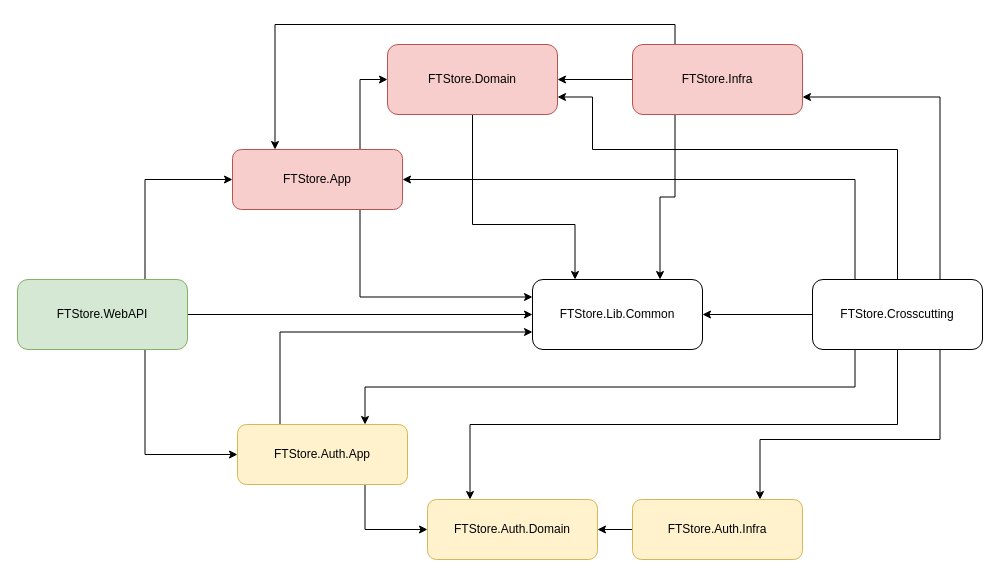
The draw.io diagram FTStore dependency Diagram.drawio in ftathiago/FTStore, before the edit. Source tidied: cells renumbered, new cells numbered last; positions are measured from the earlier drawing's top-left corner, leaving out a move shared by most shapes. Both pictures are drawn from the tidied source at 100%, with x=0, y=0 at pixel (17, 44).
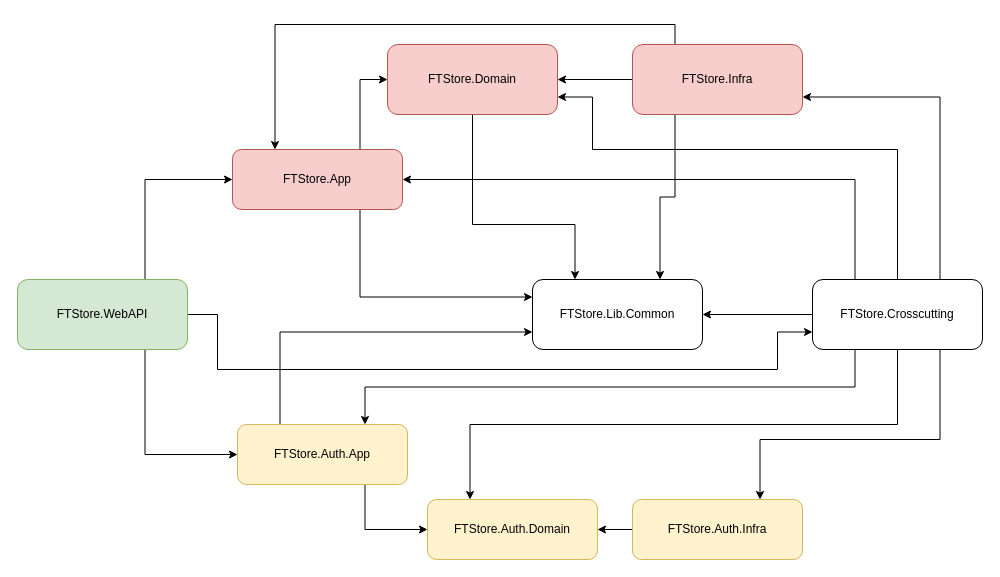
Above is the later version.

Commit message:
Correct dependency of FTStore.WebAPI to crosscutting

Unchanged cells that the change refers to:
```xml
<mxCell id="5" value="FTStore.WebAPI" style="rounded=1;whiteSpace=wrap;html=1;fillColor=#d5e8d4;strokeColor=#82b366;fontColor=#000000;" parent="1" vertex="1">
  <mxGeometry y="235" width="170" height="70" as="geometry" />
</mxCell>
<mxCell id="9" value="FTStore.Lib.Common" style="rounded=1;whiteSpace=wrap;html=1;" parent="1" vertex="1">
  <mxGeometry x="515" y="235" width="170" height="70" as="geometry" />
</mxCell>
<mxCell id="19" value="FTStore.Crosscutting" style="rounded=1;whiteSpace=wrap;html=1;" parent="1" vertex="1">
  <mxGeometry x="795" y="235" width="170" height="70" as="geometry" />
</mxCell>
```

What changed in the source:
```diff
@@
-    <mxCell id="3" style="edgeStyle=orthogonalEdgeStyle;rounded=0;jettySize=auto;html=1;exitX=1;exitY=0.5;exitDx=0;exitDy=0;entryX=0;entryY=0.5;entryDx=0;entryDy=0;" parent="1" edge="1" source="5" target="9">
-      <mxGeometry relative="1" as="geometry" />
+    <mxCell id="3" style="edgeStyle=orthogonalEdgeStyle;rounded=0;jettySize=auto;html=1;exitX=1;exitY=0.5;exitDx=0;exitDy=0;entryX=0;entryY=0.75;entryDx=0;entryDy=0;" parent="1" edge="1" source="5" target="19">
+      <mxGeometry relative="1" as="geometry">
+        <Array as="points">
+          <mxPoint x="200" y="270" />
+          <mxPoint x="200" y="325" />
+          <mxPoint x="760" y="325" />
+          <mxPoint x="760" y="288" />
+        </Array>
+      </mxGeometry>
     </mxCell>
```
